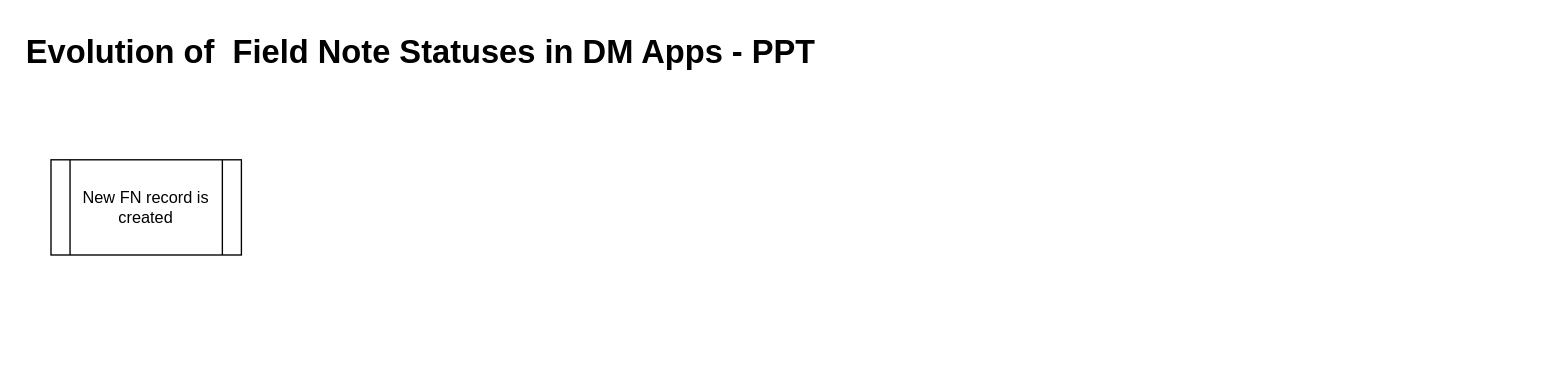
Earlier version of the draw.io diagram Fieldnote status evolution in PPT.drawio (davjfish/diagrams). Source tidied: cells renumbered, new cells numbered last; positions are measured from the earlier drawing's top-left corner, leaving out a move shared by most shapes. Both pictures are drawn from the tidied source at 136%, with x=0, y=0 at pixel (23, 23).
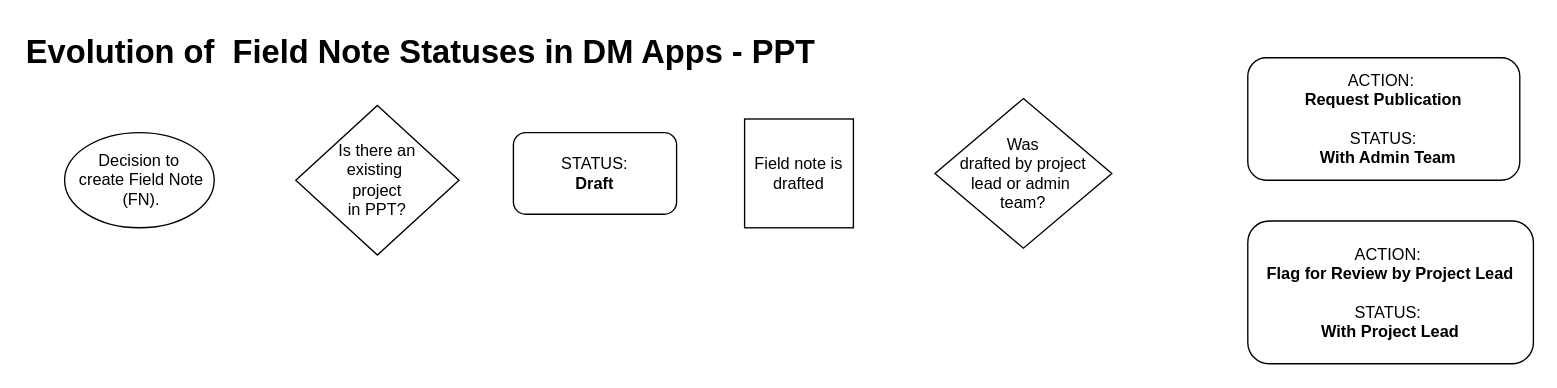
The same page after the edit.

What changed in the source:
```diff
@@
 <mxGraphModel>
   <root>
     <mxCell id="0" />
     <mxCell id="1" parent="0" />
     <mxCell id="2" value="&lt;h1 style=&quot;margin-top: 0px;&quot;&gt;Evolution of&amp;nbsp; Field Note Statuses in DM Apps - PPT&lt;/h1&gt;&lt;p&gt;&lt;br&gt;&lt;/p&gt;" style="text;html=1;whiteSpace=wrap;overflow=hidden;rounded=0;" parent="1" vertex="1">
       <mxGeometry width="690" height="120" as="geometry" />
     </mxCell>
-    <mxCell id="3" value="New FN record is created" style="shape=process;whiteSpace=wrap;html=1;backgroundOutline=1;" parent="1" vertex="1">
-      <mxGeometry x="20" y="100" width="140" height="70" as="geometry" />
-    </mxCell>
+    <mxCell id="4" value="Decision&lt;span style=&quot;background-color: transparent; color: light-dark(rgb(0, 0, 0), rgb(255, 255, 255));&quot;&gt;&amp;nbsp;to&lt;/span&gt;&lt;div&gt;&lt;span style=&quot;background-color: transparent; color: light-dark(rgb(0, 0, 0), rgb(255, 255, 255));&quot;&gt;&amp;nbsp;create&amp;nbsp;&lt;/span&gt;&lt;span style=&quot;background-color: transparent; color: light-dark(rgb(0, 0, 0), rgb(255, 255, 255));&quot;&gt;Field Note&lt;/span&gt;&lt;div&gt;&lt;span style=&quot;background-color: transparent; color: light-dark(rgb(0, 0, 0), rgb(255, 255, 255));&quot;&gt;&amp;nbsp;(FN).&lt;/span&gt;&lt;/div&gt;&lt;/div&gt;" style="ellipse;whiteSpace=wrap;html=1;" parent="1" vertex="1">
+      <mxGeometry x="30" y="80" width="110" height="70" as="geometry" />
+    </mxCell>
+    <mxCell id="5" value="Is there an&lt;div&gt;existing&amp;nbsp;&lt;/div&gt;&lt;div&gt;project&lt;/div&gt;&lt;div&gt;in PPT?&lt;/div&gt;" style="rhombus;whiteSpace=wrap;html=1;" parent="1" vertex="1">
+      <mxGeometry x="200" y="60" width="120" height="110" as="geometry" />
+    </mxCell>
+    <mxCell id="6" value="Field note is drafted" style="whiteSpace=wrap;html=1;" parent="1" vertex="1">
+      <mxGeometry x="530" y="70" width="80" height="80" as="geometry" />
+    </mxCell>
+    <mxCell id="7" value="Was&lt;div&gt;&amp;nbsp;drafted by project&amp;nbsp;&lt;/div&gt;&lt;div&gt;lead or admin&amp;nbsp;&lt;/div&gt;&lt;div&gt;team?&lt;/div&gt;" style="rhombus;whiteSpace=wrap;html=1;" parent="1" vertex="1">
+      <mxGeometry x="670" y="55" width="130" height="110" as="geometry" />
+    </mxCell>
+    <mxCell id="8" value="ACTION:&amp;nbsp;&lt;div&gt;&lt;b&gt;Request Publication&lt;/b&gt;&lt;div&gt;&lt;br&gt;&lt;/div&gt;&lt;div&gt;STATUS:&lt;/div&gt;&lt;div&gt;&amp;nbsp; &lt;b&gt;With Admin Team&lt;/b&gt;&lt;/div&gt;&lt;/div&gt;" style="rounded=1;whiteSpace=wrap;html=1;" parent="1" vertex="1">
+      <mxGeometry x="900" y="25" width="200" height="90" as="geometry" />
+    </mxCell>
+    <mxCell id="9" value="ACTION:&amp;nbsp;&lt;div&gt;&lt;b&gt;Flag for Review by Project Lead&lt;/b&gt;&lt;/div&gt;&lt;div&gt;&lt;b&gt;&lt;br&gt;&lt;/b&gt;&lt;div&gt;STATUS:&amp;nbsp;&lt;/div&gt;&lt;div&gt;&lt;b&gt;With Project Lead&lt;/b&gt;&lt;/div&gt;&lt;/div&gt;" style="rounded=1;whiteSpace=wrap;html=1;" parent="1" vertex="1">
+      <mxGeometry x="900" y="145" width="210" height="105" as="geometry" />
+    </mxCell>
+    <mxCell id="10" value="&lt;div&gt;&lt;span style=&quot;background-color: transparent; color: light-dark(rgb(0, 0, 0), rgb(255, 255, 255));&quot;&gt;STATUS:&lt;/span&gt;&lt;/div&gt;&lt;div&gt;&lt;b&gt;Draft&lt;/b&gt;&lt;/div&gt;" style="rounded=1;whiteSpace=wrap;html=1;" parent="1" vertex="1">
+      <mxGeometry x="360" y="80" width="120" height="60" as="geometry" />
+    </mxCell>
   </root>
 </mxGraphModel>
```
